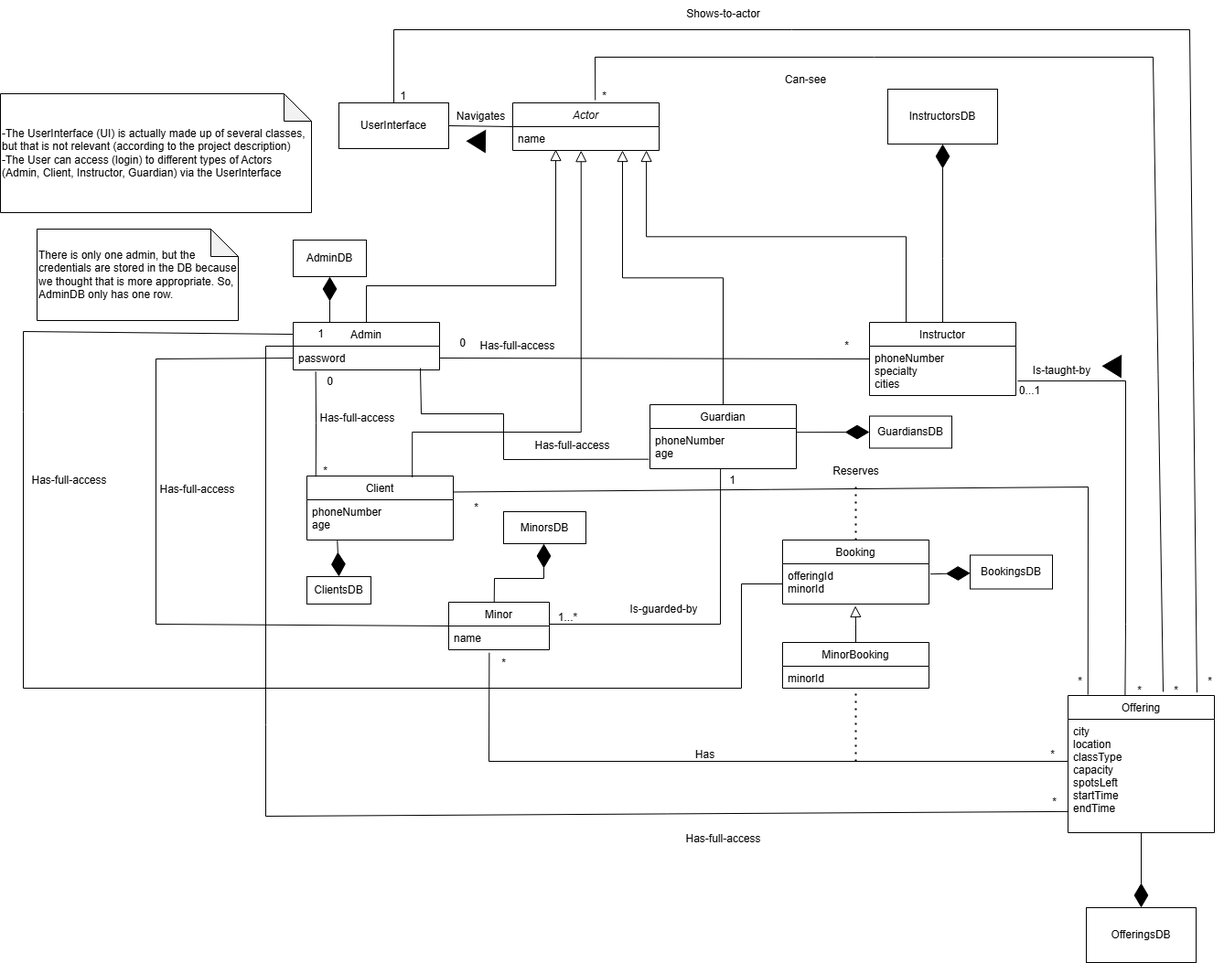
Earlier version of the draw.io export Artifacts/Domain Model.drawio.png (aleckira/SOEN_342_PROJECT). Source tidied: cells renumbered, new cells last; positions are measured from the earlier drawing's top-left corner, leaving out a move shared by most shapes.
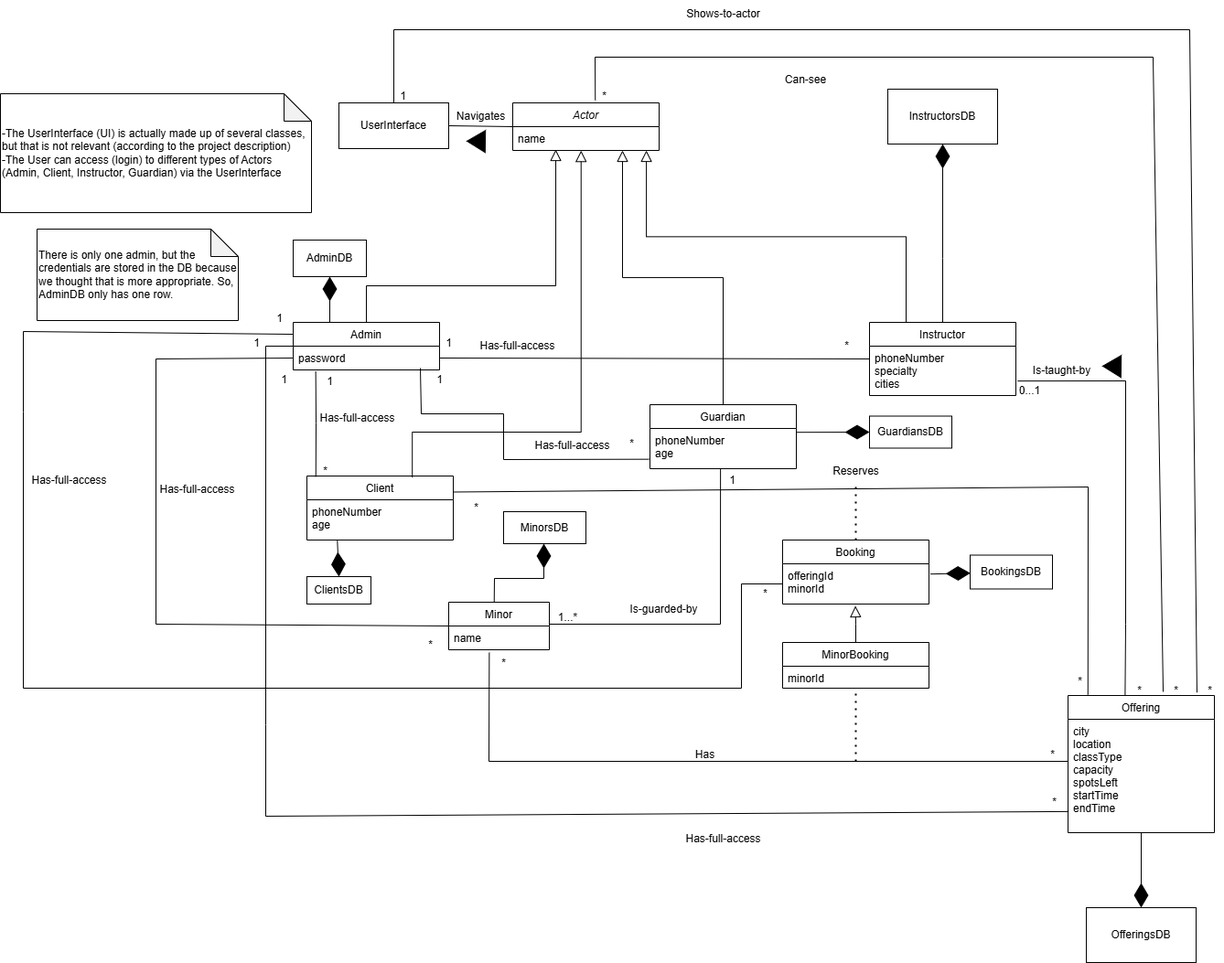
The same file after the commit.

Change to the diagram source:
```diff
@@ -108,7 +108,7 @@
       <mxGeometry x="425" y="90" width="30" height="30" as="geometry" />
     </mxCell>
     <mxCell id="31" value="*" style="text;html=1;align=center;verticalAlign=middle;strokeColor=none;fillColor=none;" parent="1" vertex="1">
-      <mxGeometry x="1307" y="730" width="30" height="30" as="geometry" />
+      <mxGeometry x="1307" y="740" width="30" height="30" as="geometry" />
     </mxCell>
     <mxCell id="32" value="Shows-to-actor" style="text;html=1;align=center;verticalAlign=middle;strokeColor=none;fillColor=none;" parent="1" vertex="1">
       <mxGeometry x="740" width="100" height="30" as="geometry" />
@@ -129,7 +129,7 @@
       </mxGeometry>
     </mxCell>
     <mxCell id="36" value="1" style="text;html=1;align=center;verticalAlign=middle;strokeColor=none;fillColor=none;" parent="1" vertex="1">
-      <mxGeometry x="335" y="350" width="30" height="30" as="geometry" />
+      <mxGeometry x="290" y="333" width="30" height="30" as="geometry" />
     </mxCell>
     <mxCell id="37" value="*" style="text;html=1;align=center;verticalAlign=middle;strokeColor=none;fillColor=none;" parent="1" vertex="1">
       <mxGeometry x="1137" y="862" width="30" height="30" as="geometry" />
@@ -140,8 +140,8 @@
     <mxCell id="39" value="Has-full-access" style="text;html=1;align=center;verticalAlign=middle;strokeColor=none;fillColor=none;" parent="1" vertex="1">
       <mxGeometry x="510" y="363" width="110" height="30" as="geometry" />
     </mxCell>
-    <mxCell id="40" value="0" style="text;html=1;align=center;verticalAlign=middle;strokeColor=none;fillColor=none;" parent="1" vertex="1">
-      <mxGeometry x="490" y="360" width="30" height="30" as="geometry" />
+    <mxCell id="40" value="1" style="text;html=1;align=center;verticalAlign=middle;strokeColor=none;fillColor=none;" parent="1" vertex="1">
+      <mxGeometry x="475" y="360" width="30" height="30" as="geometry" />
     </mxCell>
     <mxCell id="41" value="*" style="text;html=1;align=center;verticalAlign=middle;strokeColor=none;fillColor=none;" parent="1" vertex="1">
       <mxGeometry x="910" y="363" width="30" height="30" as="geometry" />
@@ -153,7 +153,7 @@
         </Array>
       </mxGeometry>
     </mxCell>
-    <mxCell id="43" value="0" style="text;html=1;align=center;verticalAlign=middle;strokeColor=none;fillColor=none;" parent="1" vertex="1">
+    <mxCell id="43" value="1" style="text;html=1;align=center;verticalAlign=middle;strokeColor=none;fillColor=none;" parent="1" vertex="1">
       <mxGeometry x="345" y="402" width="30" height="30" as="geometry" />
     </mxCell>
     <mxCell id="44" value="*" style="text;html=1;align=center;verticalAlign=middle;strokeColor=none;fillColor=none;" parent="1" vertex="1">
@@ -192,8 +192,9 @@
         </Array>
       </mxGeometry>
     </mxCell>
-    <mxCell id="53" style="endArrow=none;dashed=1;html=1;dashPattern=1 3;strokeWidth=2;rounded=0;exitX=0.5;exitY=0;exitDx=0;exitDy=0;" parent="1" edge="1" source="45">
+    <mxCell id="53" style="endArrow=none;dashed=1;html=1;dashPattern=1 3;strokeWidth=2;rounded=0;exitX=0.5;exitY=0;exitDx=0;exitDy=0;" parent="1" edge="1">
       <mxGeometry relative="1" as="geometry">
+        <mxPoint x="935" y="590" as="sourcePoint" />
         <mxPoint x="935" y="532" as="targetPoint" />
       </mxGeometry>
     </mxCell>
@@ -346,6 +347,9 @@
         </Array>
       </mxGeometry>
     </mxCell>
+    <mxCell id="90" value="*" style="edgeLabel;html=1;align=center;verticalAlign=middle;" parent="85" vertex="1">
+      <mxGeometry x="0.98" y="-9" relative="1" as="geometry" />
+    </mxCell>
     <mxCell id="86" value="Has-full-access" style="text;html=1;align=center;verticalAlign=middle;strokeColor=none;fillColor=none;" parent="1" vertex="1">
       <mxGeometry x="160" y="520" width="110" height="30" as="geometry" />
     </mxCell>
@@ -358,5 +362,20 @@
     <mxCell id="89" style="triangle;whiteSpace=wrap;html=1;fillColor=#000000;rotation=-179;" parent="1" vertex="1">
       <mxGeometry x="1205" y="388" width="20" height="24" as="geometry" />
     </mxCell>
+    <mxCell id="91" value="1" style="text;html=1;align=center;verticalAlign=middle;strokeColor=none;fillColor=none;" parent="1" vertex="1">
+      <mxGeometry x="465" y="400" width="30" height="30" as="geometry" />
+    </mxCell>
+    <mxCell id="92" value="*" style="text;html=1;align=center;verticalAlign=middle;strokeColor=none;fillColor=none;" parent="1" vertex="1">
+      <mxGeometry x="675" y="470" width="30" height="30" as="geometry" />
+    </mxCell>
+    <mxCell id="93" value="1" style="text;html=1;align=center;verticalAlign=middle;strokeColor=none;fillColor=none;" parent="1" vertex="1">
+      <mxGeometry x="295" y="400" width="30" height="30" as="geometry" />
+    </mxCell>
+    <mxCell id="94" value="1" style="text;html=1;align=center;verticalAlign=middle;strokeColor=none;fillColor=none;" parent="1" vertex="1">
+      <mxGeometry x="265" y="360" width="30" height="30" as="geometry" />
+    </mxCell>
+    <mxCell id="95" value="*" style="text;html=1;align=center;verticalAlign=middle;strokeColor=none;fillColor=none;" parent="1" vertex="1">
+      <mxGeometry x="455" y="690" width="30" height="30" as="geometry" />
+    </mxCell>
   </root>
 </mxGraphModel>
```
